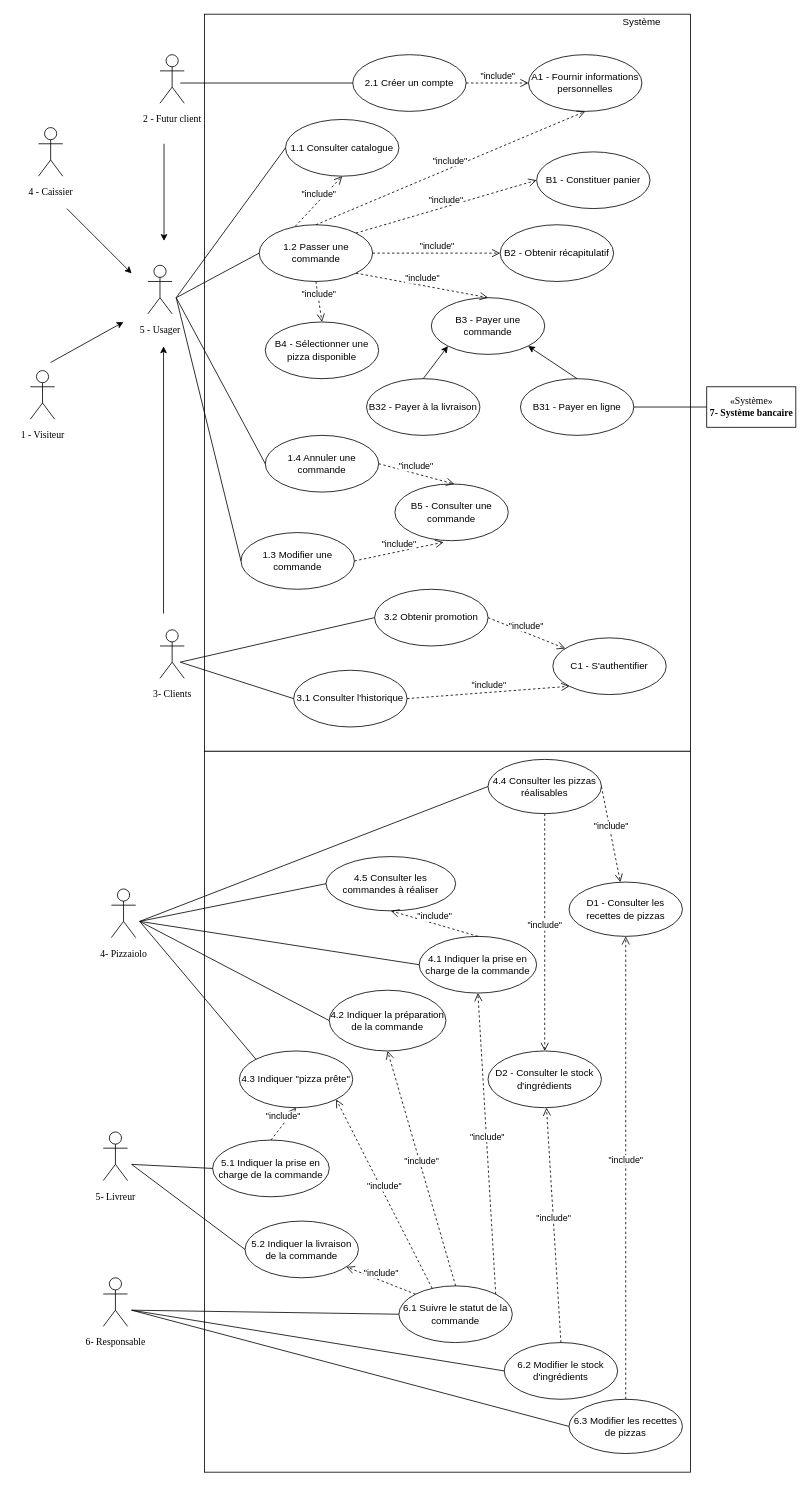
StephenAOGOLO/P4_Analysez_les_besoins keeps this draw.io diagram as diagramme_cas-utilisations_entier_details.drawio. Above is the earlier version. Source tidied: cells renumbered, new cells numbered last; positions are measured from the earlier drawing's top-left corner, leaving out a move shared by most shapes. Both pictures are drawn from the tidied source at 81%, with x=0, y=0 at pixel (14, 14).
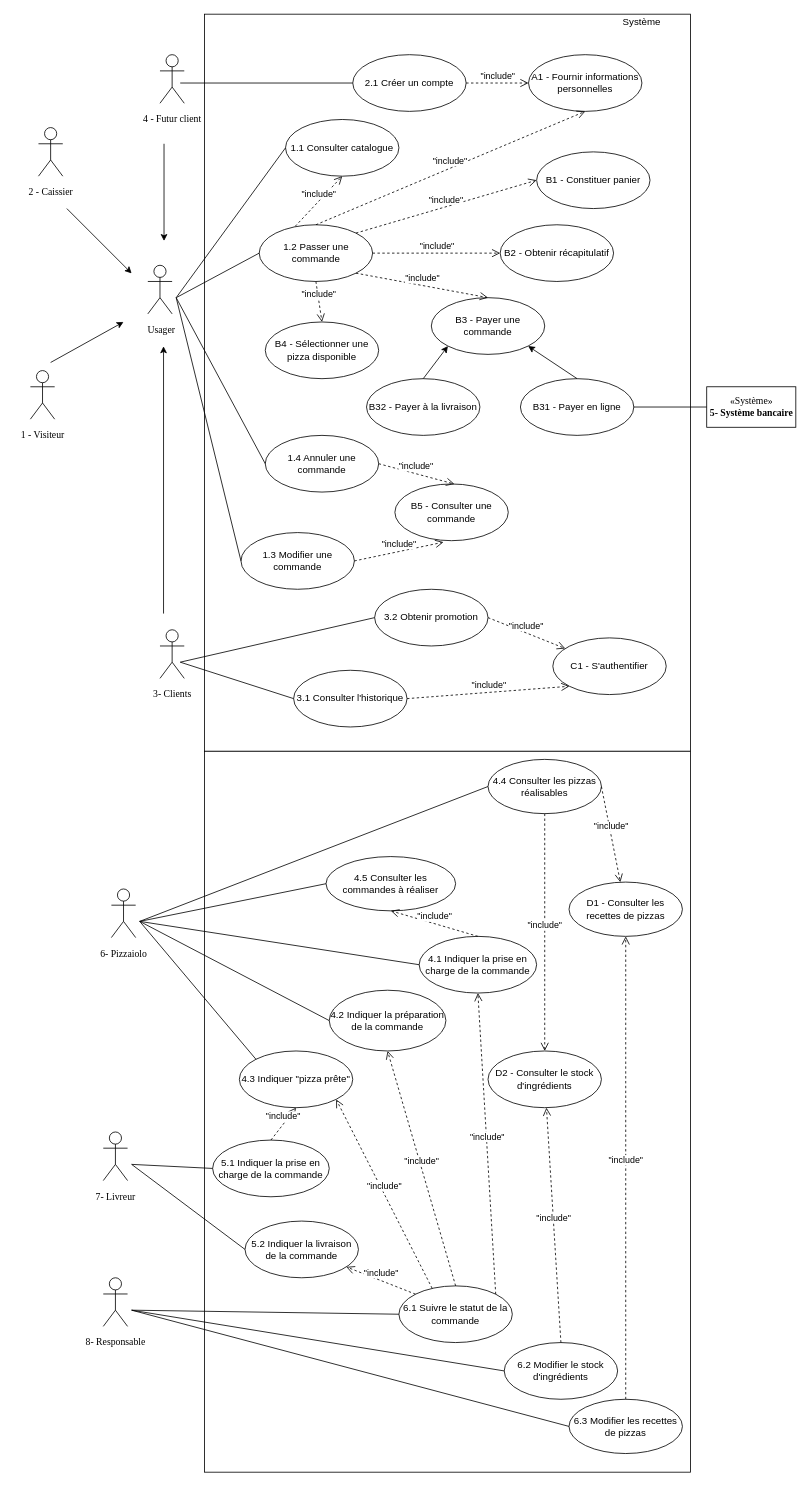
The same diagram, later.

Unchanged cells that the change refers to:
```xml
<mxCell id="2" style="group;" parent="1" vertex="1">
  <mxGeometry x="160" y="310" width="55" height="90" as="geometry" />
</mxCell>
<mxCell id="39" style="group;" parent="1" vertex="1">
  <mxGeometry x="175" y="50" width="65" height="90" as="geometry" />
</mxCell>
<mxCell id="52" style="group;" parent="1" vertex="1">
  <mxGeometry x="105" y="1560" width="65" height="90" as="geometry" />
</mxCell>
<mxCell id="55" style="group;" parent="1" vertex="1">
  <mxGeometry x="115" y="1080" width="55" height="90" as="geometry" />
</mxCell>
<mxCell id="58" style="group;" parent="1" vertex="1">
  <mxGeometry x="105" y="1380" width="60" height="90" as="geometry" />
</mxCell>
<mxCell id="92" style="group;" parent="1" vertex="1">
  <mxGeometry x="25" y="140" width="55" height="90" as="geometry" />
</mxCell>
```

Change to the diagram source:
```diff
@@
-    <mxCell id="4" value="5 - Usager" style="text;html=1;align=center;verticalAlign=middle;fontFamily=Times New Roman;fontColor=none;" parent="2" vertex="1">
-      <mxGeometry x="-15" y="70" width="70" height="20" as="geometry" />
+    <mxCell id="4" value="&amp;nbsp;Usager" style="text;html=1;align=center;verticalAlign=middle;fontFamily=Times New Roman;fontColor=none;" parent="2" vertex="1">
+      <mxGeometry x="-5" y="70" width="50" height="20" as="geometry" />
     </mxCell>
-    <mxCell id="5" value="«Système»&lt;br&gt;&lt;b&gt;7- Système bancaire&lt;br&gt;&lt;/b&gt;" style="html=1;labelBackgroundColor=none;fontFamily=Times New Roman;fontColor=none;" parent="1" vertex="1">
+    <mxCell id="5" value="«Système»&lt;br&gt;&lt;b&gt;5- Système bancaire&lt;br&gt;&lt;/b&gt;" style="html=1;labelBackgroundColor=none;fontFamily=Times New Roman;fontColor=none;" parent="1" vertex="1">
       <mxGeometry x="855" y="460" width="110" height="50" as="geometry" />
     </mxCell>
@@
-    <mxCell id="41" value="2 - Futur client" style="text;html=1;align=center;verticalAlign=middle;fontFamily=Times New Roman;fontColor=none;" parent="39" vertex="1">
+    <mxCell id="41" value="4 - Futur client" style="text;html=1;align=center;verticalAlign=middle;fontFamily=Times New Roman;fontColor=none;" parent="39" vertex="1">
       <mxGeometry x="-25" y="70" width="90" height="20" as="geometry" />
     </mxCell>
@@
-    <mxCell id="54" value="6- Responsable" style="text;html=1;align=center;verticalAlign=middle;fontFamily=Times New Roman;fontColor=none;" parent="52" vertex="1">
+    <mxCell id="54" value="8- Responsable" style="text;html=1;align=center;verticalAlign=middle;fontFamily=Times New Roman;fontColor=none;" parent="52" vertex="1">
       <mxGeometry x="-25" y="70" width="90" height="20" as="geometry" />
     </mxCell>
@@
-    <mxCell id="57" value="4- Pizzaiolo" style="text;html=1;align=center;verticalAlign=middle;fontFamily=Times New Roman;fontColor=none;" parent="55" vertex="1">
+    <mxCell id="57" value="6- Pizzaiolo" style="text;html=1;align=center;verticalAlign=middle;fontFamily=Times New Roman;fontColor=none;" parent="55" vertex="1">
       <mxGeometry x="-15" y="70" width="70" height="20" as="geometry" />
     </mxCell>
@@
-    <mxCell id="60" value="5- Livreur" style="text;html=1;align=center;verticalAlign=middle;fontFamily=Times New Roman;fontColor=none;" parent="58" vertex="1">
+    <mxCell id="60" value="7- Livreur" style="text;html=1;align=center;verticalAlign=middle;fontFamily=Times New Roman;fontColor=none;" parent="58" vertex="1">
       <mxGeometry x="-10" y="70" width="60" height="20" as="geometry" />
     </mxCell>
@@
-    <mxCell id="94" value="4 - Caissier" style="text;html=1;align=center;verticalAlign=middle;fontFamily=Times New Roman;fontColor=none;" parent="92" vertex="1">
+    <mxCell id="94" value="2 - Caissier" style="text;html=1;align=center;verticalAlign=middle;fontFamily=Times New Roman;fontColor=none;" parent="92" vertex="1">
       <mxGeometry x="-15" y="70" width="70" height="20" as="geometry" />
     </mxCell>
```
